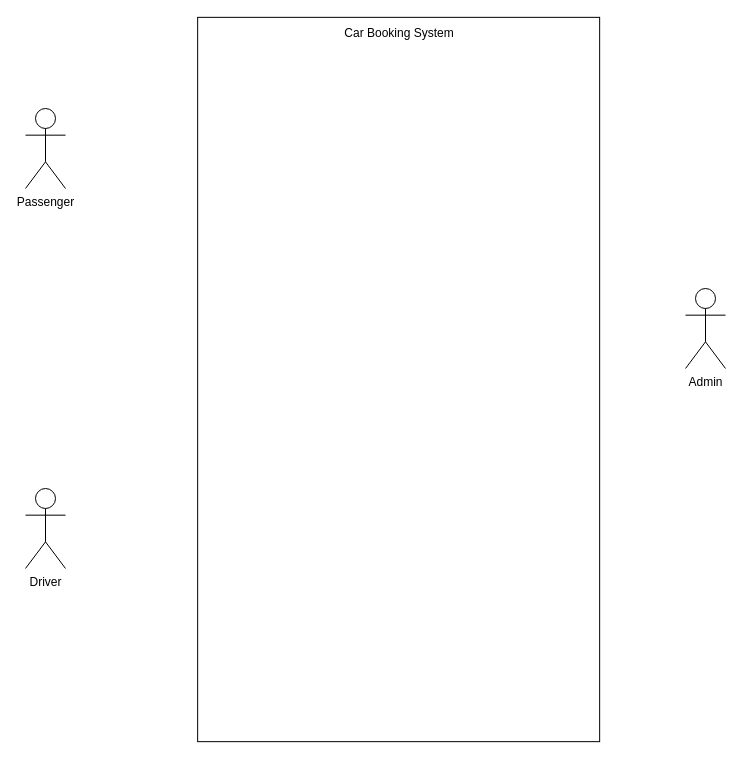
Earlier version of the draw.io diagram SEPP_use_case_diagram.drawio (Anuja-jayasinghe/DrawIo_Projects). Source tidied: cells renumbered, new cells numbered last; positions are measured from the earlier drawing's top-left corner, leaving out a move shared by most shapes. Both pictures are drawn from the tidied source at 100%, with x=0, y=0 at pixel (25, 18).
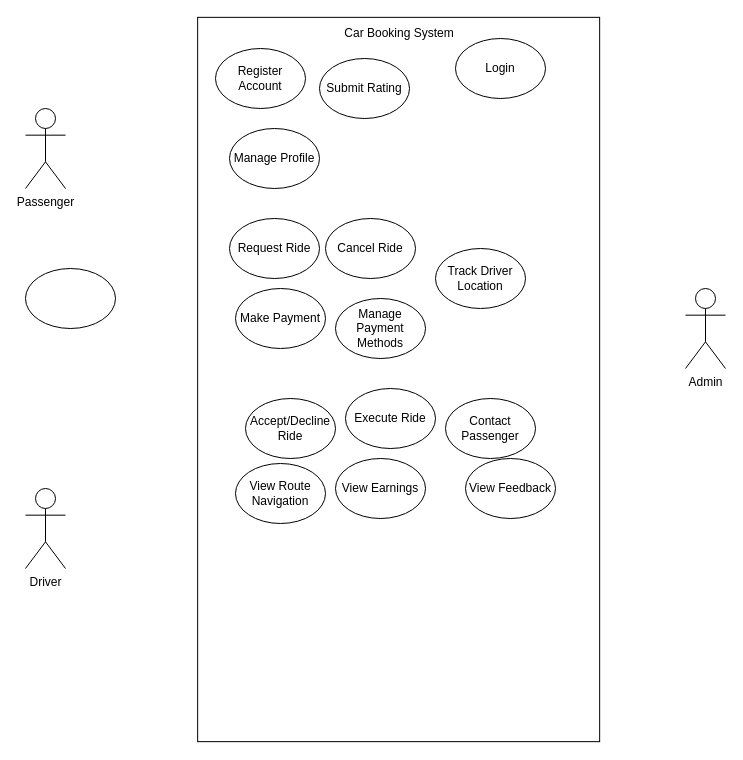
After the change.

The edit, as a diff of the source:
```diff
@@
+    <mxCell id="7" value="Register Account" style="ellipse;whiteSpace=wrap;html=1;" parent="1" vertex="1">
+      <mxGeometry x="190" y="30" width="90" height="60" as="geometry" />
+    </mxCell>
+    <mxCell id="8" value="Login" style="ellipse;whiteSpace=wrap;html=1;" parent="1" vertex="1">
+      <mxGeometry x="430" y="20" width="90" height="60" as="geometry" />
+    </mxCell>
+    <mxCell id="9" value="Submit Rating" style="ellipse;whiteSpace=wrap;html=1;" parent="1" vertex="1">
+      <mxGeometry x="294" y="40" width="90" height="60" as="geometry" />
+    </mxCell>
+    <mxCell id="10" value="Manage Profile" style="ellipse;whiteSpace=wrap;html=1;" parent="1" vertex="1">
+      <mxGeometry x="204" y="110" width="90" height="60" as="geometry" />
+    </mxCell>
+    <mxCell id="11" style="ellipse;whiteSpace=wrap;html=1;" parent="1" vertex="1">
+      <mxGeometry y="250" width="90" height="60" as="geometry" />
+    </mxCell>
+    <mxCell id="12" value="Accept/Decline Ride" style="ellipse;whiteSpace=wrap;html=1;" parent="1" vertex="1">
+      <mxGeometry x="220" y="380" width="90" height="60" as="geometry" />
+    </mxCell>
+    <mxCell id="13" value="Make Payment" style="ellipse;whiteSpace=wrap;html=1;" parent="1" vertex="1">
+      <mxGeometry x="210" y="270" width="90" height="60" as="geometry" />
+    </mxCell>
+    <mxCell id="14" value="Request Ride" style="ellipse;whiteSpace=wrap;html=1;" parent="1" vertex="1">
+      <mxGeometry x="204" y="200" width="90" height="60" as="geometry" />
+    </mxCell>
+    <mxCell id="15" value="Cancel Ride" style="ellipse;whiteSpace=wrap;html=1;" parent="1" vertex="1">
+      <mxGeometry x="300" y="200" width="90" height="60" as="geometry" />
+    </mxCell>
+    <mxCell id="16" value="Manage Payment Methods" style="ellipse;whiteSpace=wrap;html=1;" parent="1" vertex="1">
+      <mxGeometry x="310" y="280" width="90" height="60" as="geometry" />
+    </mxCell>
+    <mxCell id="17" value="Track Driver Location" style="ellipse;whiteSpace=wrap;html=1;" parent="1" vertex="1">
+      <mxGeometry x="410" y="230" width="90" height="60" as="geometry" />
+    </mxCell>
+    <mxCell id="18" value="View Feedback" style="ellipse;whiteSpace=wrap;html=1;" parent="1" vertex="1">
+      <mxGeometry x="440" y="440" width="90" height="60" as="geometry" />
+    </mxCell>
+    <mxCell id="19" value="View Earnings" style="ellipse;whiteSpace=wrap;html=1;" parent="1" vertex="1">
+      <mxGeometry x="310" y="440" width="90" height="60" as="geometry" />
+    </mxCell>
+    <mxCell id="20" value="View Route Navigation" style="ellipse;whiteSpace=wrap;html=1;" parent="1" vertex="1">
+      <mxGeometry x="210" y="445" width="90" height="60" as="geometry" />
+    </mxCell>
+    <mxCell id="21" value="Contact Passenger" style="ellipse;whiteSpace=wrap;html=1;" parent="1" vertex="1">
+      <mxGeometry x="420" y="380" width="90" height="60" as="geometry" />
+    </mxCell>
+    <mxCell id="22" value="Execute Ride" style="ellipse;whiteSpace=wrap;html=1;" parent="1" vertex="1">
+      <mxGeometry x="320" y="370" width="90" height="60" as="geometry" />
+    </mxCell>
```
